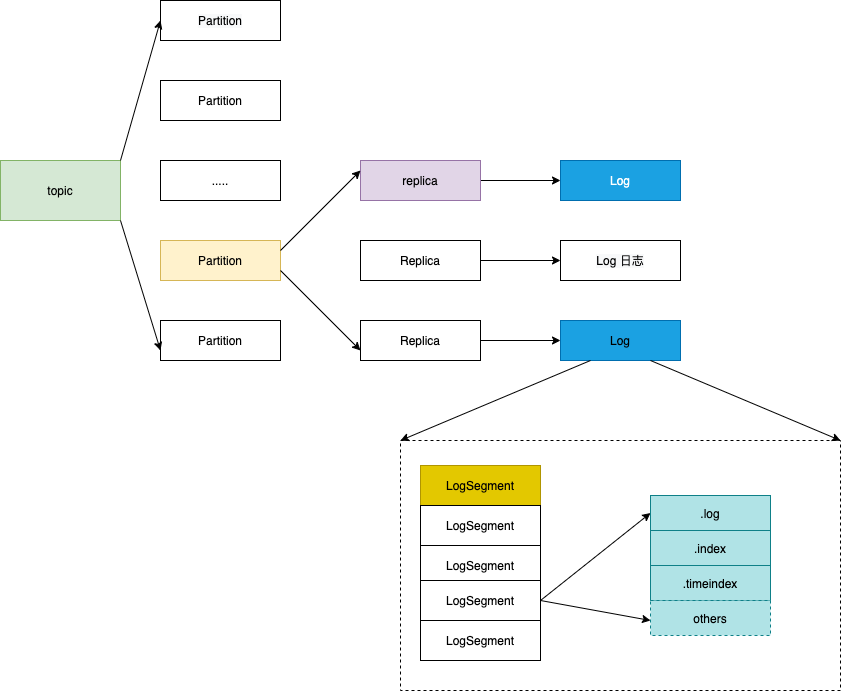
sivanbil/architecthure-diagram keeps this draw.io diagram as kafka/log-relation.png. Above is the earlier version. Source tidied: cells renumbered, new cells last; positions are measured from the earlier drawing's top-left corner, leaving out a move shared by most shapes.
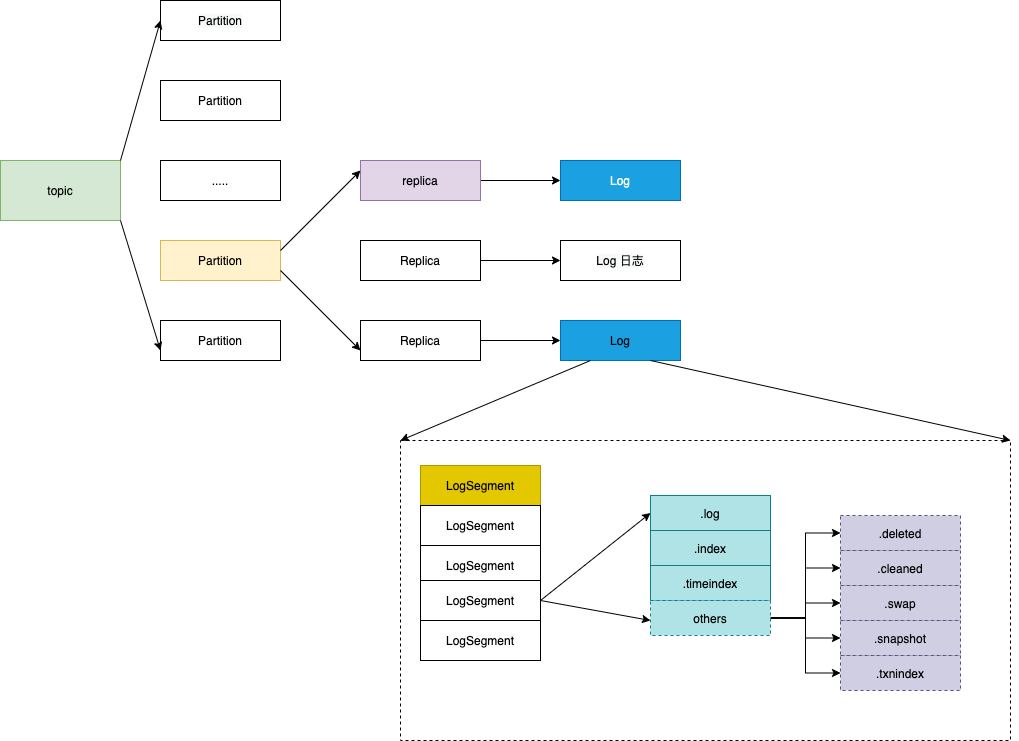
The same file after the commit.

What changed in the source:
```diff
@@ -48,7 +48,7 @@
       <mxGeometry x="560" y="320" width="120" height="40" as="geometry" />
     </mxCell>
     <mxCell id="17" style="rounded=0;whiteSpace=wrap;html=1;dashed=1;" parent="1" vertex="1">
-      <mxGeometry x="400" y="440" width="440" height="250" as="geometry" />
+      <mxGeometry x="400" y="440" width="610" height="300" as="geometry" />
     </mxCell>
     <mxCell id="18" value="&lt;font face=&quot;helvetica&quot;&gt;LogSegment&lt;/font&gt;" style="rounded=0;whiteSpace=wrap;html=1;fillColor=#e3c800;strokeColor=#B09500;fontColor=#000000;" parent="1" vertex="1">
       <mxGeometry x="420" y="465" width="120" height="40" as="geometry" />
@@ -74,6 +74,21 @@
     <mxCell id="25" value=".timeindex" style="rounded=0;whiteSpace=wrap;html=1;fillColor=#b0e3e6;strokeColor=#0e8088;" parent="1" vertex="1">
       <mxGeometry x="650" y="565" width="120" height="35" as="geometry" />
     </mxCell>
+    <mxCell id="35" style="edgeStyle=orthogonalEdgeStyle;rounded=0;jettySize=auto;html=1;exitX=1;exitY=0.5;exitDx=0;exitDy=0;entryX=0;entryY=0.5;entryDx=0;entryDy=0;" parent="1" edge="1" source="26" target="40">
+      <mxGeometry relative="1" as="geometry" />
+    </mxCell>
+    <mxCell id="36" style="edgeStyle=orthogonalEdgeStyle;rounded=0;jettySize=auto;html=1;exitX=1;exitY=0.5;exitDx=0;exitDy=0;entryX=0;entryY=0.5;entryDx=0;entryDy=0;" parent="1" edge="1" source="26" target="41">
+      <mxGeometry relative="1" as="geometry" />
+    </mxCell>
+    <mxCell id="37" style="edgeStyle=orthogonalEdgeStyle;rounded=0;jettySize=auto;html=1;exitX=1;exitY=0.5;exitDx=0;exitDy=0;entryX=0;entryY=0.5;entryDx=0;entryDy=0;" parent="1" edge="1" source="26" target="42">
+      <mxGeometry relative="1" as="geometry" />
+    </mxCell>
+    <mxCell id="38" style="edgeStyle=orthogonalEdgeStyle;rounded=0;jettySize=auto;html=1;exitX=1;exitY=0.5;exitDx=0;exitDy=0;entryX=0;entryY=0.5;entryDx=0;entryDy=0;" parent="1" edge="1" source="26" target="43">
+      <mxGeometry relative="1" as="geometry" />
+    </mxCell>
+    <mxCell id="39" style="edgeStyle=orthogonalEdgeStyle;rounded=0;jettySize=auto;html=1;exitX=1;exitY=0.5;exitDx=0;exitDy=0;entryX=0;entryY=0.5;entryDx=0;entryDy=0;" parent="1" edge="1" source="26" target="44">
+      <mxGeometry relative="1" as="geometry" />
+    </mxCell>
     <mxCell id="26" value="others" style="rounded=0;whiteSpace=wrap;html=1;dashed=1;fillColor=#b0e3e6;strokeColor=#0e8088;" parent="1" vertex="1">
       <mxGeometry x="650" y="600" width="120" height="35" as="geometry" />
     </mxCell>
@@ -107,5 +122,20 @@
         <mxPoint x="120" y="220" as="sourcePoint" />
       </mxGeometry>
     </mxCell>
+    <mxCell id="40" value=".deleted" style="rounded=0;whiteSpace=wrap;html=1;dashed=1;fillColor=#d0cee2;strokeColor=#56517e;" parent="1" vertex="1">
+      <mxGeometry x="840" y="515" width="120" height="35" as="geometry" />
+    </mxCell>
+    <mxCell id="41" value=".cleaned" style="rounded=0;whiteSpace=wrap;html=1;dashed=1;fillColor=#d0cee2;strokeColor=#56517e;" parent="1" vertex="1">
+      <mxGeometry x="840" y="550" width="120" height="35" as="geometry" />
+    </mxCell>
+    <mxCell id="42" value=".swap" style="rounded=0;whiteSpace=wrap;html=1;dashed=1;fillColor=#d0cee2;strokeColor=#56517e;" parent="1" vertex="1">
+      <mxGeometry x="840" y="585" width="120" height="35" as="geometry" />
+    </mxCell>
+    <mxCell id="43" value=".snapshot" style="rounded=0;whiteSpace=wrap;html=1;dashed=1;fillColor=#d0cee2;strokeColor=#56517e;" parent="1" vertex="1">
+      <mxGeometry x="840" y="620" width="120" height="35" as="geometry" />
+    </mxCell>
+    <mxCell id="44" value=".txnindex" style="rounded=0;whiteSpace=wrap;html=1;dashed=1;fillColor=#d0cee2;strokeColor=#56517e;" parent="1" vertex="1">
+      <mxGeometry x="840" y="655" width="120" height="35" as="geometry" />
+    </mxCell>
   </root>
 </mxGraphModel>
```
